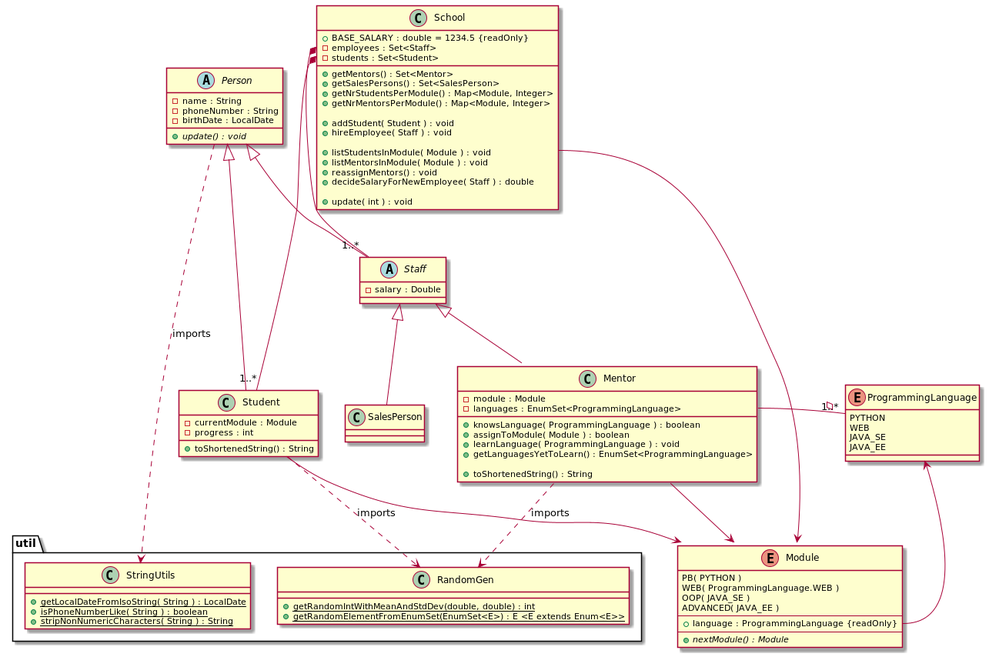
Above: ProgramSchool_UML.png in craciun-st/ProgrammingSchool (PlantUML), before the change.
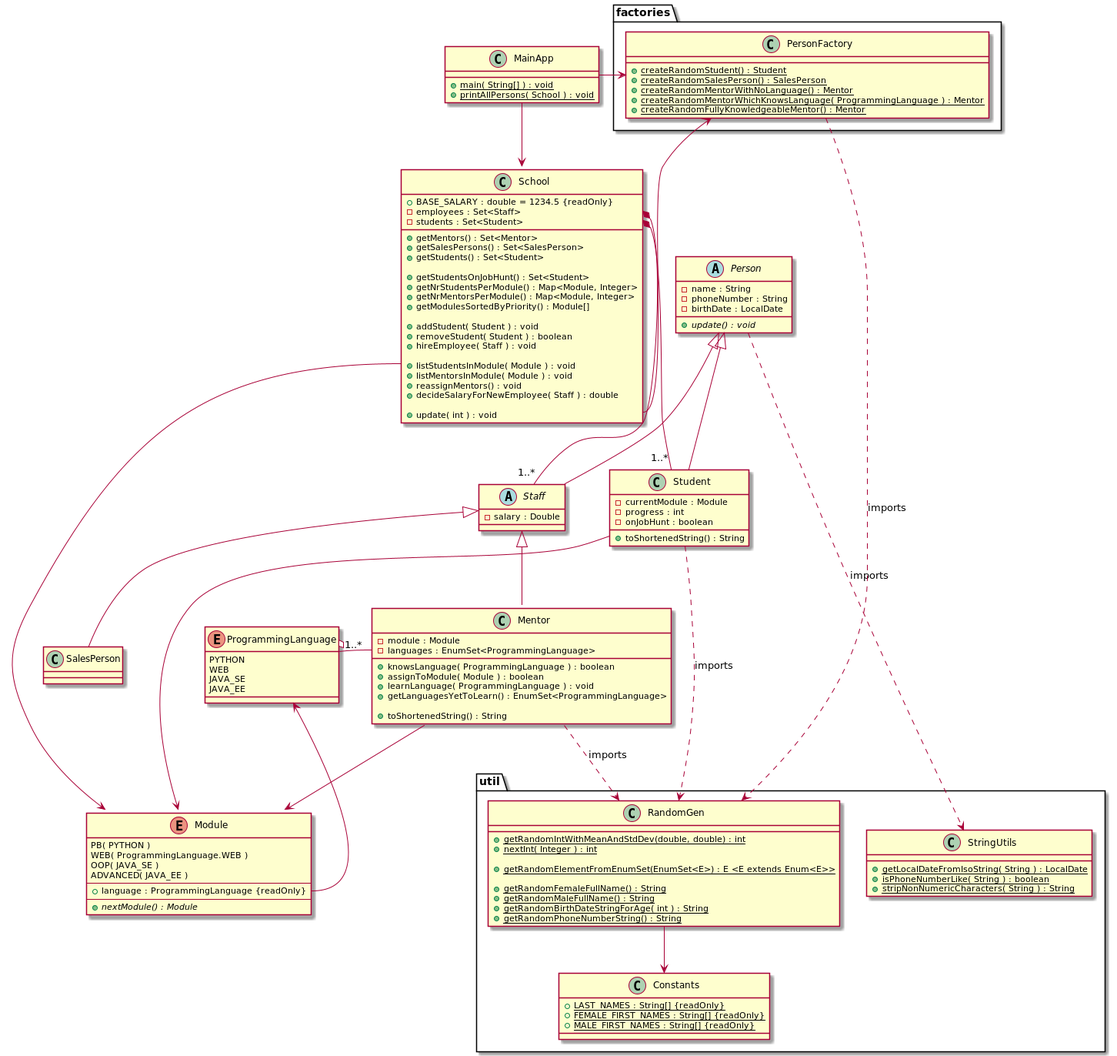
After the commit.

Commit message:
Update UML diagram

Diff of the diagram source:
```diff
@@ -7,10 +7,15 @@
 
     + getMentors() : Set<Mentor>
     + getSalesPersons() : Set<SalesPerson>
+    + getStudents() : Set<Student>
+
+    + getStudentsOnJobHunt() : Set<Student>
     + getNrStudentsPerModule() : Map<Module, Integer>
     + getNrMentorsPerModule() : Map<Module, Integer>
+    + getModulesSortedByPriority() : Module[]
 
     + addStudent( Student ) : void
+    + removeStudent( Student ) : boolean
     + hireEmployee( Staff ) : void
 
     + listStudentsInModule( Module ) : void
@@ -50,6 +55,7 @@
 class Student extends Person {
     - currentModule : Module
     - progress : int
+    - onJobHunt : boolean
     + toShortenedString() : String
 }
 
@@ -71,6 +77,14 @@
     + {abstract} nextModule() : Module
 }
 
+class factories.PersonFactory {
+    + {static} createRandomStudent() : Student
+    + {static} createRandomSalesPerson() : SalesPerson
+    + {static} createRandomMentorWithNoLanguage() : Mentor
+    + {static} createRandomMentorWhichKnowsLanguage( ProgrammingLanguage ) : Mentor
+    + {static} createRandomFullyKnowledgeableMentor() : Mentor
+}
+
 class util.StringUtils {
     + {static} getLocalDateFromIsoString( String ) : LocalDate
     + {static} isPhoneNumberLike( String ) : boolean
@@ -79,9 +93,27 @@
 
 class util.RandomGen {
     + {static} getRandomIntWithMeanAndStdDev(double, double) : int
+    + {static} nextInt( Integer ) : int
+
     + {static} getRandomElementFromEnumSet(EnumSet<E>) : E <E extends Enum<E>>
+
+    + {static} getRandomFemaleFullName() : String
+    + {static} getRandomMaleFullName() : String
+    + {static} getRandomBirthDateStringForAge( int ) : String
+    + {static} getRandomPhoneNumberString() : String
 }
 
+class util.Constants {
+    + {static} LAST_NAMES : String[] {readOnly}
+    + {static} FEMALE_FIRST_NAMES : String[] {readOnly}
+    + {static} MALE_FIRST_NAMES : String[] {readOnly}
+}
+
+
+class MainApp {
+    + {static} main( String[] ) : void
+    + {static} printAllPersons( School ) : void
+}
 
 Student --> Module
 Mentor --> Module
@@ -93,8 +125,15 @@
 School::employees *-- "1..*" Staff
 School::students *-- "1..*" Student
 
+MainApp --> School
 
 Person ..> util.StringUtils : imports
 Student ..> util.RandomGen : imports
 Mentor ..> util.RandomGen : imports
+factories.PersonFactory .down.> util.RandomGen : imports
+
+School::update -up-> factories.PersonFactory
+MainApp -right-> factories.PersonFactory
+
+util.RandomGen --> util.Constants
 @enduml
```
